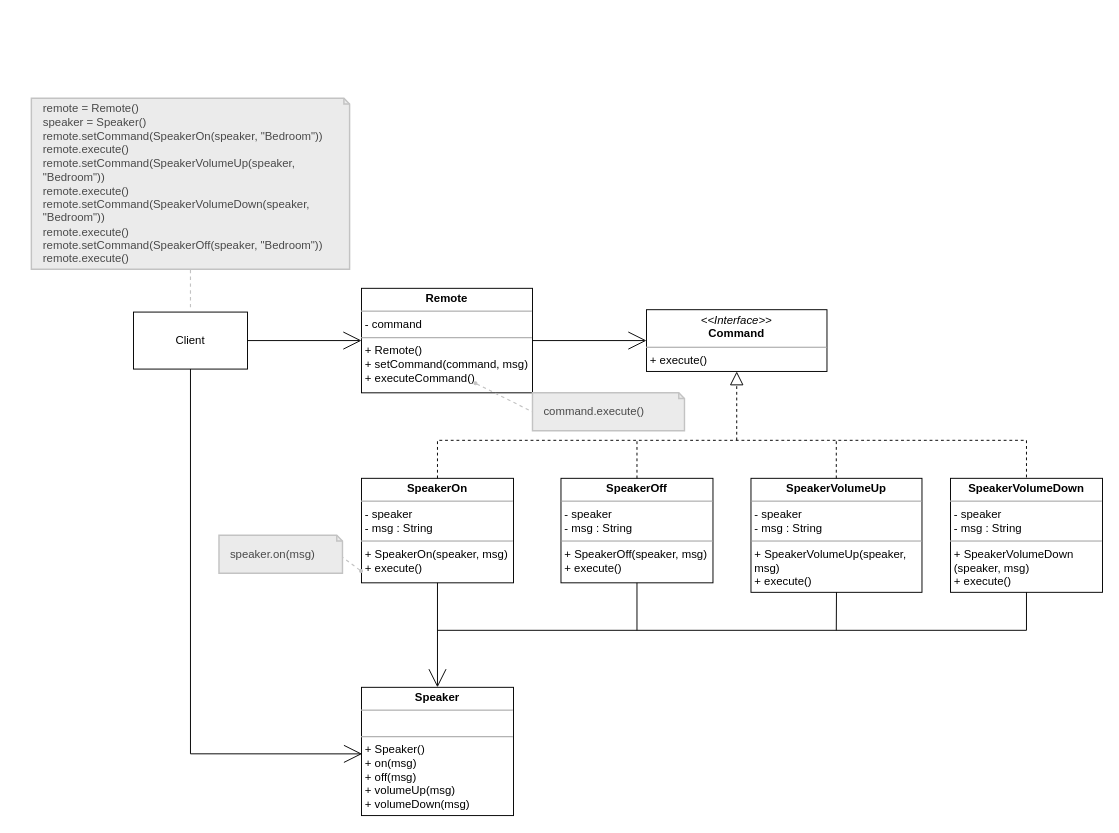
The draw.io diagram page "หน้า-1" (1 of 2) of Project/behavioral/Command/Command.drawio in pang1217/Pattern-and-Software-Design, before the edit. Source tidied: cells renumbered, new cells numbered last; positions are measured from the earlier drawing's top-left corner, leaving out a move shared by most shapes. Both pictures are drawn from the tidied source at 95%, with x=0, y=0 at pixel (30, 98).
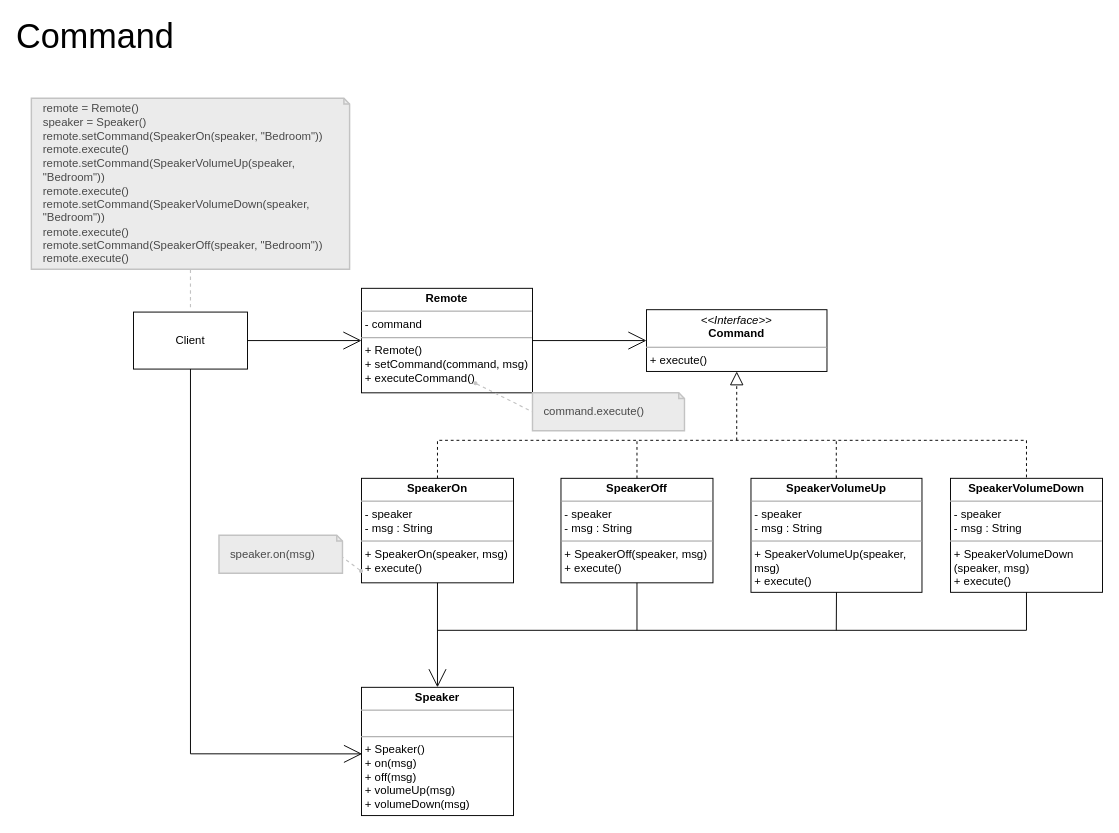
Above is the later version.

The edit, as a diff of the source:
```diff
@@
+    <mxCell id="27" value="&lt;font style=&quot;font-size: 36px;&quot;&gt;Command&lt;/font&gt;" style="text;html=1;align=center;verticalAlign=middle;whiteSpace=wrap;rounded=0;" parent="1" vertex="1">
+      <mxGeometry x="38" y="-80" width="60" height="30" as="geometry" />
+    </mxCell>
```
